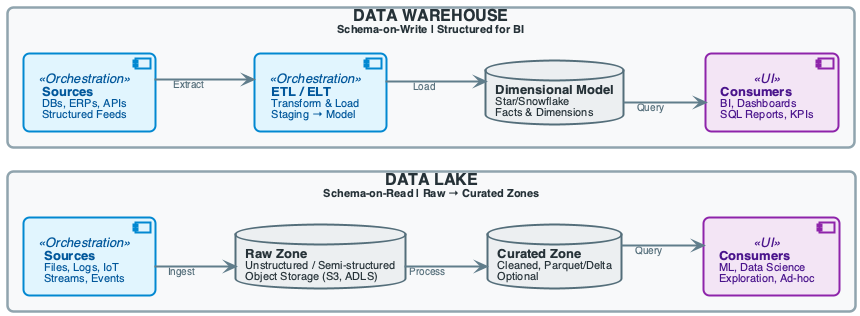
Before: diagrams/general/example.png, a diagram exported from PlantUML (OrPerets/data-engineering-course).
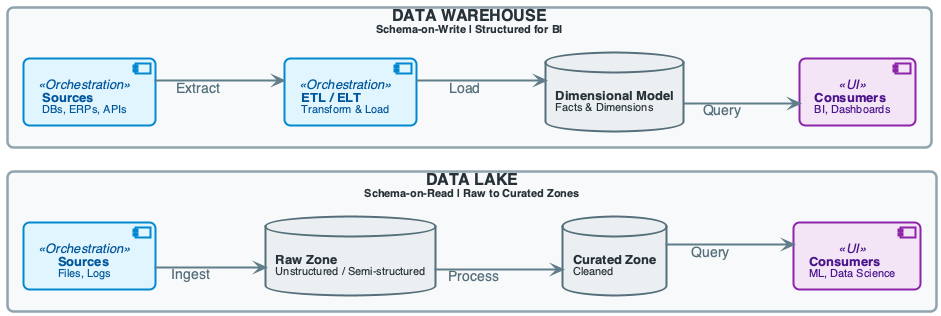
Above is the later version.

What changed in the source:
```diff
@@ -4,7 +4,7 @@
 skinparam roundcorner 12
 skinparam handwritten false
 skinparam nodesep 60
-skinparam ranksep 80
+skinparam ranksep 110
 
 skinparam defaultFontName "Segoe UI", "Helvetica", sans-serif
 skinparam defaultFontSize 14
@@ -70,34 +70,34 @@
 
 left to right direction
 
-rectangle "<size:16>**DATA LAKE**</size>\n<size:11>Schema-on-Read | Raw → Curated Zones</size>" as LAKE #F8F9FA {
-    component "<size:13>**Sources**</size>\n<size:11>Files, Logs, IoT</size>\n<size:11>Streams, Events</size>" as L_SRC <<Orchestration>>
-    database "<size:13>**Raw Zone**</size>\n<size:11>Unstructured / Semi-structured</size>\n<size:11>Object Storage (S3, ADLS)</size>" as L_RAW
-    database "<size:13>**Curated Zone**</size>\n<size:11>Cleaned, Parquet/Delta</size>\n<size:11>Optional</size>" as L_CUR
-    component "<size:13>**Consumers**</size>\n<size:11>ML, Data Science</size>\n<size:11>Exploration, Ad-hoc</size>" as L_CONS <<UI>>
+rectangle "<size:16>**DATA LAKE**</size>\n<size:11>Schema-on-Read | Raw to Curated Zones</size>" as LAKE #F8F9FA {
+    component "<size:13>**Sources**</size>\n<size:11>Files, Logs</size>" as L_SRC <<Orchestration>>
+    database "\n<size:13>**Raw Zone**</size>\n<size:11>Unstructured / Semi-structured</size>\n" as L_RAW
+    database "\n<size:13>**Curated Zone**</size>\n<size:11>Cleaned</size>\n" as L_CUR
+    component "<size:13>**Consumers**</size>\n<size:11>ML, Data Science</size>" as L_CONS <<UI>>
     L_SRC -[hidden]right-> L_RAW
     L_RAW -[hidden]right-> L_CUR
     L_CUR -[hidden]right-> L_CONS
 }
 
 rectangle "<size:16>**DATA WAREHOUSE**</size>\n<size:11>Schema-on-Write | Structured for BI</size>" as DWH #F8F9FA {
-    component "<size:13>**Sources**</size>\n<size:11>DBs, ERPs, APIs</size>\n<size:11>Structured Feeds</size>" as D_SRC <<Orchestration>>
-    component "<size:13>**ETL / ELT**</size>\n<size:11>Transform & Load</size>\n<size:11>Staging → Model</size>" as D_ETL <<Orchestration>>
-    database "<size:13>**Dimensional Model**</size>\n<size:11>Star/Snowflake</size>\n<size:11>Facts & Dimensions</size>" as D_DIM
-    component "<size:13>**Consumers**</size>\n<size:11>BI, Dashboards</size>\n<size:11>SQL Reports, KPIs</size>" as D_CONS <<UI>>
+    component "<size:13>**Sources**</size>\n<size:11>DBs, ERPs, APIs</size>" as D_SRC <<Orchestration>>
+    component "<size:13>**ETL / ELT**</size>\n<size:11>Transform & Load</size>" as D_ETL <<Orchestration>>
+    database "\n<size:13>**Dimensional Model**</size>\n<size:11>Facts & Dimensions</size>\n" as D_DIM
+    component "<size:13>**Consumers**</size>\n<size:11>BI, Dashboards</size>" as D_CONS <<UI>>
     D_SRC -[hidden]right-> D_ETL
     D_ETL -[hidden]right-> D_DIM
     D_DIM -[hidden]right-> D_CONS
 }
 
 
-L_SRC --> L_RAW : <size:10>Ingest</size>
-L_RAW --> L_CUR : <size:10>Process</size>
-L_CUR --> L_CONS : <size:10>Query</size>
+L_SRC --> L_RAW : <size:14>Ingest</size>
+L_RAW --> L_CUR : <size:14>Process</size>
+L_CUR --> L_CONS : <size:14>Query</size>
 
-D_SRC --> D_ETL : <size:10>Extract</size>
-D_ETL --> D_DIM : <size:10>Load</size>
-D_DIM --> D_CONS : <size:10>Query</size>
+D_SRC --> D_ETL : <size:14>Extract</size>
+D_ETL --> D_DIM : <size:14>Load</size>
+D_DIM --> D_CONS : <size:14>Query</size>
 
 
 @enduml
```
